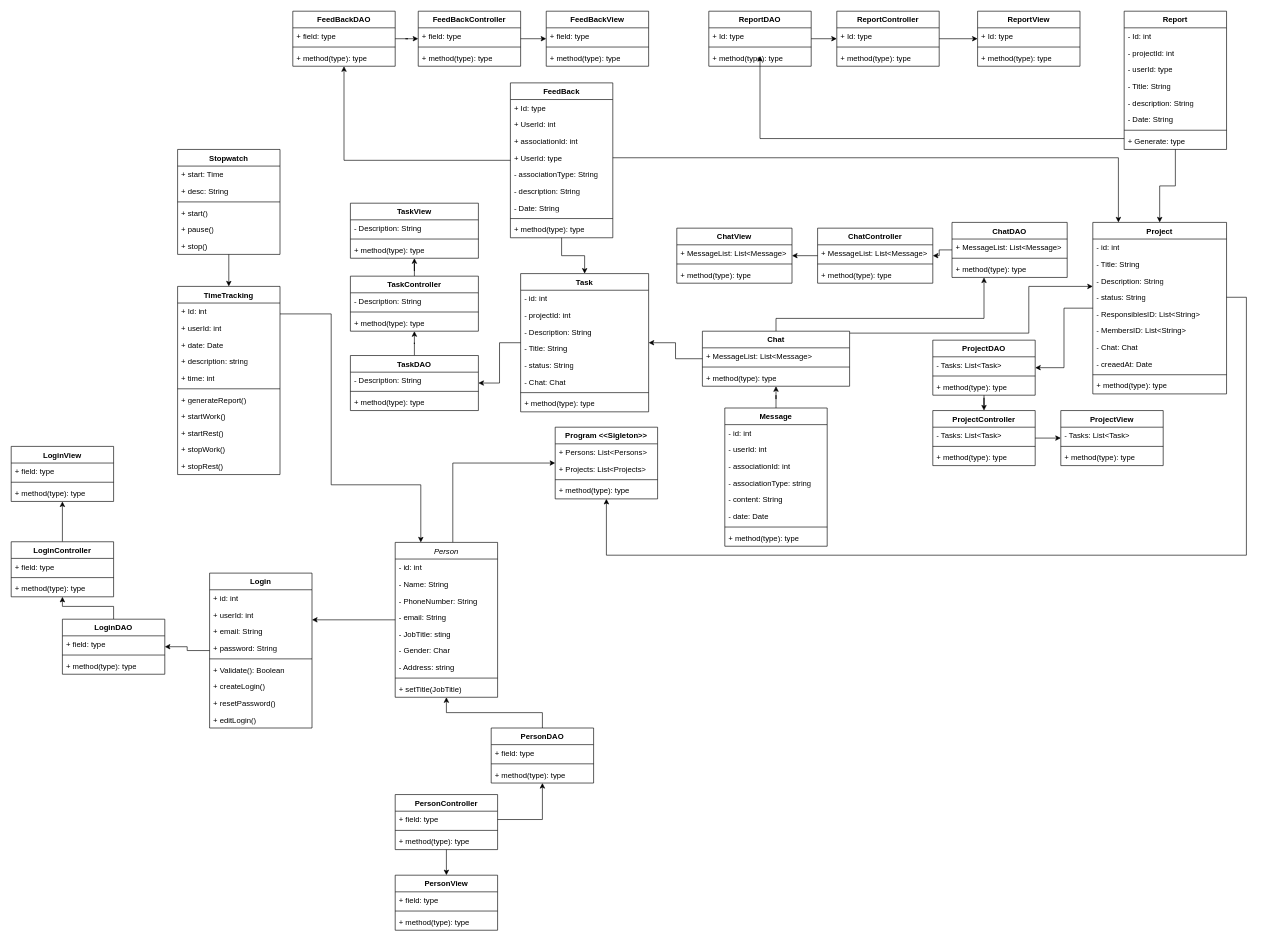
Before: docs/DiagramaDeClasse.drawio in GabrielWhite96/TaskLy_LPS, a draw.io diagram. Source tidied: cells renumbered, new cells numbered last; positions are measured from the earlier drawing's top-left corner, leaving out a move shared by most shapes. Both pictures are drawn from the tidied source at 64%, with x=0, y=0 at pixel (11, 11).
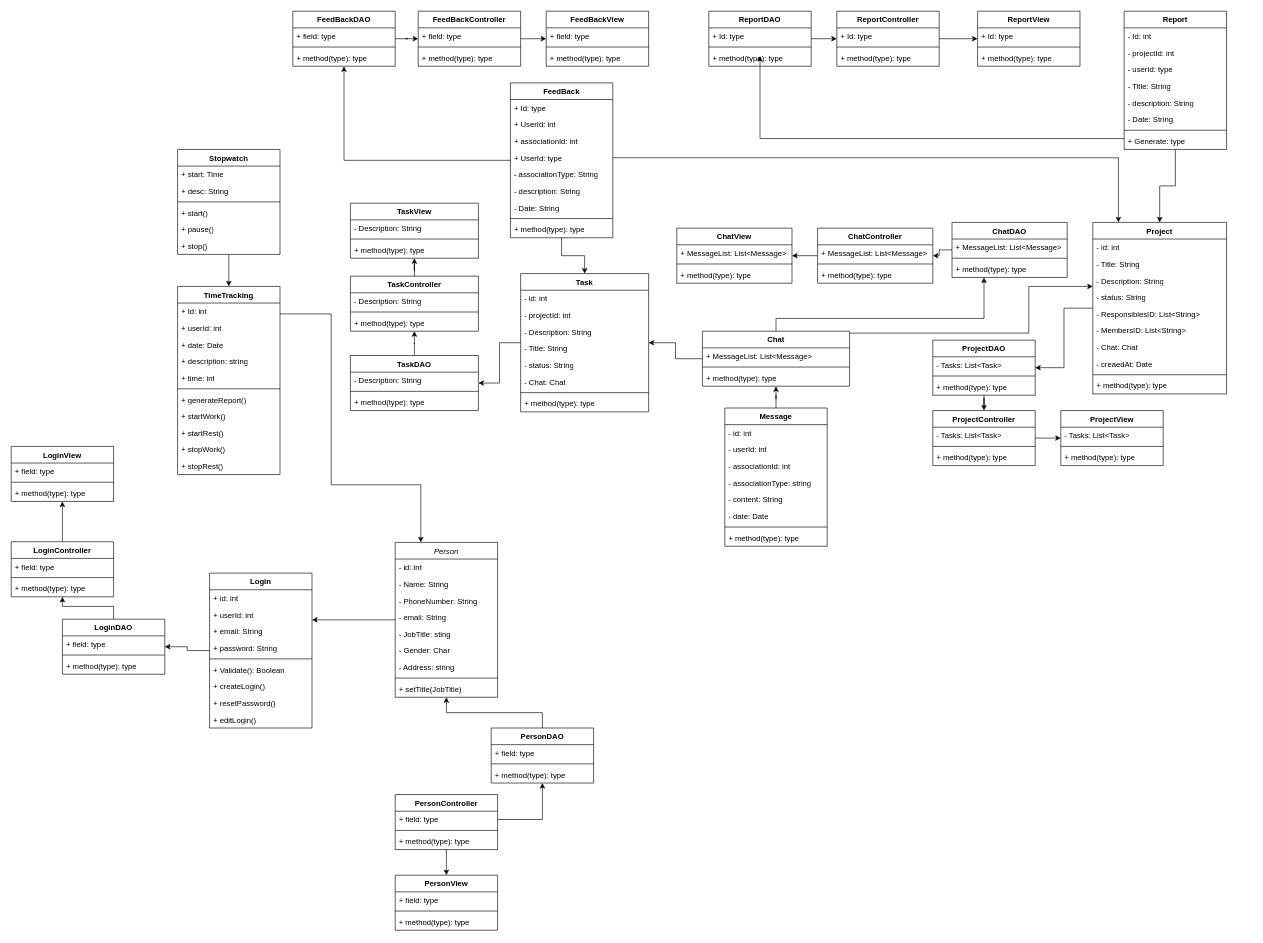
The same diagram, later.

Commit message:
Program retirado

The change refers to these unchanged cells:
```xml
<mxCell id="4" value="Person" style="swimlane;fontStyle=2;align=center;verticalAlign=top;horizontal=1;startSize=26;rounded=0;shadow=0;strokeWidth=1;" parent="1" vertex="1">
  <mxGeometry x="600" y="830" width="160" height="242" as="geometry" />
</mxCell>
<mxCell id="25" value="Project" style="swimlane;fontStyle=1;align=center;verticalAlign=top;horizontal=1;startSize=26;whiteSpace=wrap;html=1;" parent="1" vertex="1">
  <mxGeometry x="1690" y="330" width="209" height="268" as="geometry" />
</mxCell>
```

The edit, as a diff of the source:
```diff
@@
-    <mxCell id="2" style="edgeStyle=orthogonalEdgeStyle;rounded=0;jettySize=auto;html=1;" parent="1" edge="1" source="4" target="125">
-      <mxGeometry relative="1" as="geometry">
-        <Array as="points">
-          <mxPoint x="690" y="706" />
-        </Array>
-      </mxGeometry>
-    </mxCell>
@@
-    <mxCell id="125" value="Program &amp;lt;&amp;lt;Sigleton&amp;gt;&amp;gt;" style="swimlane;fontStyle=1;align=center;verticalAlign=top;horizontal=1;startSize=26;whiteSpace=wrap;html=1;" parent="1" vertex="1">
-      <mxGeometry x="850" y="650" width="160" height="112" as="geometry" />
-    </mxCell>
-    <mxCell id="126" value="+ Persons: List&amp;lt;Persons&amp;gt;" style="text;strokeColor=none;fillColor=none;align=left;verticalAlign=top;spacingLeft=4;spacingRight=4;overflow=hidden;whiteSpace=wrap;html=1;" parent="125" vertex="1">
-      <mxGeometry y="26" width="160" height="26" as="geometry" />
-    </mxCell>
-    <mxCell id="127" value="+ Projects: List&amp;lt;Projects&amp;gt;" style="text;strokeColor=none;fillColor=none;align=left;verticalAlign=top;spacingLeft=4;spacingRight=4;overflow=hidden;whiteSpace=wrap;html=1;" parent="125" vertex="1">
-      <mxGeometry y="52" width="160" height="26" as="geometry" />
-    </mxCell>
-    <mxCell id="128" style="line;strokeWidth=1;fillColor=none;align=left;verticalAlign=middle;spacingTop=-1;spacingLeft=3;spacingRight=3;labelPosition=right;strokeColor=inherit;" parent="125" vertex="1">
-      <mxGeometry y="78" width="160" height="8" as="geometry" />
-    </mxCell>
-    <mxCell id="129" value="+ method(type): type" style="text;strokeColor=none;fillColor=none;align=left;verticalAlign=top;spacingLeft=4;spacingRight=4;overflow=hidden;whiteSpace=wrap;html=1;" parent="125" vertex="1">
-      <mxGeometry y="86" width="160" height="26" as="geometry" />
-    </mxCell>
@@
-    <mxCell id="212" style="edgeStyle=orthogonalEdgeStyle;rounded=0;jettySize=auto;html=1;" parent="1" edge="1" source="25" target="125">
-      <mxGeometry relative="1" as="geometry">
-        <Array as="points">
-          <mxPoint x="1930" y="447" />
-          <mxPoint x="1930" y="850" />
-          <mxPoint x="930" y="850" />
-        </Array>
-      </mxGeometry>
-    </mxCell>
```
